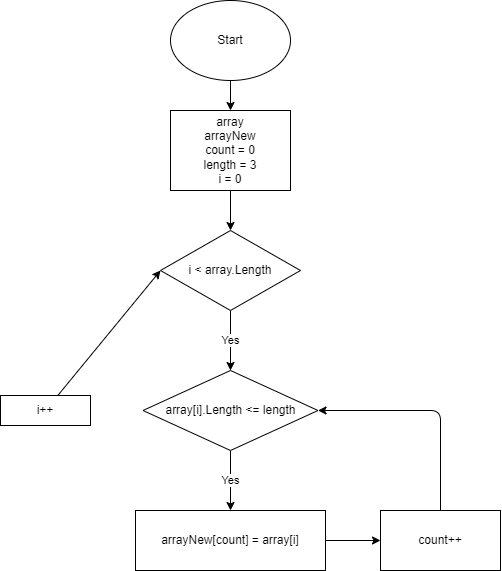
Above: Homework/finalTest/.drawio.png in Ane4kaErm/Homework (draw.io), before the change. Source tidied: cells renumbered, new cells last; positions are measured from the earlier drawing's top-left corner, leaving out a move shared by most shapes.
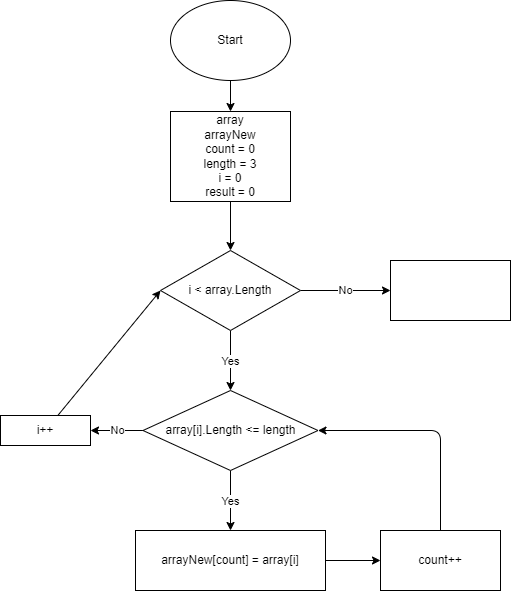
The same file after the commit.

Change to the diagram source:
```diff
@@ -2,27 +2,35 @@
   <root>
     <mxCell id="0" />
     <mxCell id="1" parent="0" />
-    <mxCell id="2" style="edgeStyle=none;html=1;" parent="1" edge="1" source="3" target="5">
-      <mxGeometry relative="1" as="geometry" />
+    <mxCell id="2" style="edgeStyle=none;html=1;" parent="1" edge="1" target="5">
+      <mxGeometry relative="1" as="geometry">
+        <mxPoint x="230" y="60" as="sourcePoint" />
+      </mxGeometry>
     </mxCell>
     <mxCell id="3" value="Start" style="ellipse;whiteSpace=wrap;html=1;" parent="1" vertex="1">
-      <mxGeometry x="170" width="120" height="80" as="geometry" />
+      <mxGeometry x="170" y="-20" width="120" height="80" as="geometry" />
     </mxCell>
     <mxCell id="4" style="edgeStyle=none;html=1;" parent="1" edge="1" source="5" target="7">
       <mxGeometry relative="1" as="geometry" />
     </mxCell>
-    <mxCell id="5" value="array&lt;br&gt;arrayNew&lt;br&gt;count = 0&lt;br&gt;length = 3&lt;br&gt;i = 0" style="whiteSpace=wrap;html=1;" parent="1" vertex="1">
-      <mxGeometry x="170" y="110" width="120" height="80" as="geometry" />
+    <mxCell id="5" value="array&lt;br&gt;arrayNew&lt;br&gt;count = 0&lt;br&gt;length = 3&lt;br&gt;i = 0&lt;br&gt;result = 0" style="whiteSpace=wrap;html=1;" parent="1" vertex="1">
+      <mxGeometry x="170" y="91" width="120" height="90" as="geometry" />
     </mxCell>
     <mxCell id="6" value="Yes" style="edgeStyle=none;html=1;" parent="1" edge="1" source="7" target="9">
       <mxGeometry relative="1" as="geometry" />
     </mxCell>
+    <mxCell id="16" value="No" style="edgeStyle=none;html=1;" parent="1" edge="1" source="7" target="18">
+      <mxGeometry relative="1" as="geometry" />
+    </mxCell>
     <mxCell id="7" value="i &amp;lt; array.Length" style="rhombus;whiteSpace=wrap;html=1;" parent="1" vertex="1">
       <mxGeometry x="160" y="230" width="140" height="80" as="geometry" />
     </mxCell>
     <mxCell id="8" value="Yes" style="edgeStyle=none;html=1;" parent="1" edge="1" source="9" target="13">
       <mxGeometry relative="1" as="geometry" />
     </mxCell>
+    <mxCell id="17" value="No" style="edgeStyle=none;html=1;" parent="1" edge="1" source="9" target="11">
+      <mxGeometry relative="1" as="geometry" />
+    </mxCell>
     <mxCell id="9" value="array[i].Length &amp;lt;= length" style="rhombus;whiteSpace=wrap;html=1;" parent="1" vertex="1">
       <mxGeometry x="142.5" y="370" width="175" height="80" as="geometry" />
     </mxCell>
@@ -48,5 +56,8 @@
     <mxCell id="15" value="count++" style="whiteSpace=wrap;html=1;" parent="1" vertex="1">
       <mxGeometry x="380" y="510" width="120" height="60" as="geometry" />
     </mxCell>
+    <mxCell id="18" style="whiteSpace=wrap;html=1;" parent="1" vertex="1">
+      <mxGeometry x="390" y="240" width="120" height="60" as="geometry" />
+    </mxCell>
   </root>
 </mxGraphModel>
```
